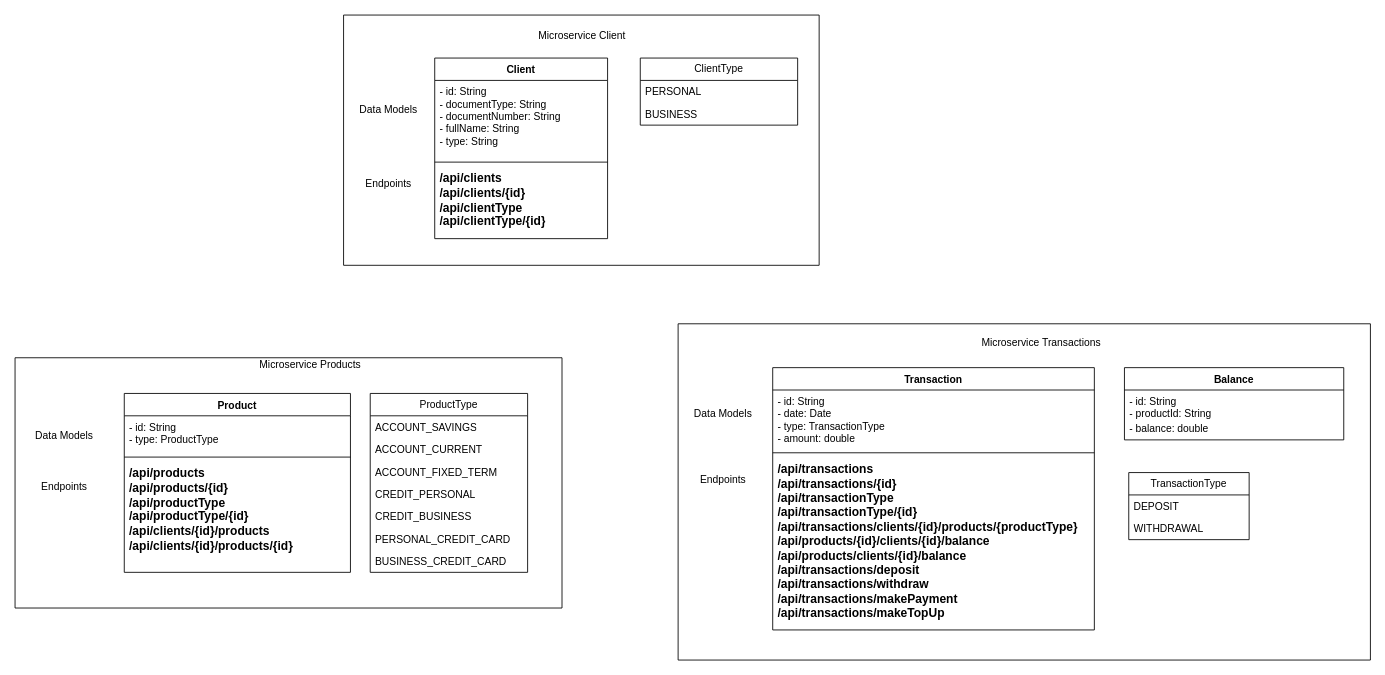
The draw.io diagram diagram.drawio in bootcampIvanRodriguezRomero/diagram, before the edit. Source tidied: cells renumbered, new cells numbered last; positions are measured from the earlier drawing's top-left corner, leaving out a move shared by most shapes. Both pictures are drawn from the tidied source at 86%, with x=0, y=0 at pixel (15, 15).
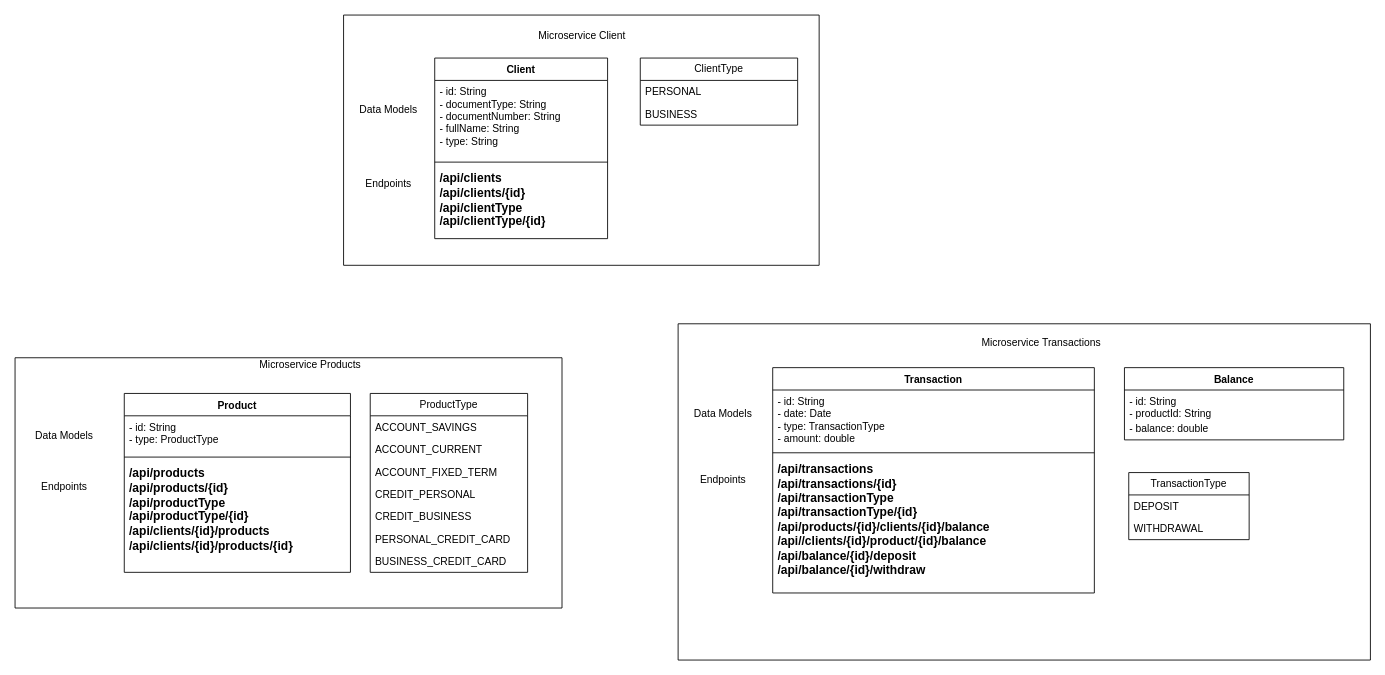
The same page after the edit.

The edit, as a diff of the source:
```diff
@@
     <mxCell id="17" value="Transaction" style="swimlane;fontStyle=1;align=center;verticalAlign=top;horizontal=1;startSize=26;whiteSpace=wrap;html=1;fillColor=#FFFFFF;" parent="1" vertex="1">
-      <mxGeometry x="881" y="410" width="374" height="305" as="geometry" />
+      <mxGeometry x="881" y="410" width="374" height="262" as="geometry" />
     </mxCell>
@@
-    <mxCell id="20" value="&lt;b style=&quot;border-color: var(--border-color); font-size: 14px;&quot;&gt;&lt;b style=&quot;border-color: var(--border-color);&quot;&gt;/api&lt;/b&gt;/transactions&lt;br style=&quot;border-color: var(--border-color);&quot;&gt;&lt;b style=&quot;border-color: var(--border-color);&quot;&gt;/api&lt;/b&gt;/&lt;b style=&quot;border-color: var(--border-color);&quot;&gt;transactions&lt;/b&gt;/{id}&lt;br&gt;&lt;b style=&quot;border-color: var(--border-color);&quot;&gt;&lt;b style=&quot;border-color: var(--border-color);&quot;&gt;/api&lt;/b&gt;/transactionType&lt;br style=&quot;border-color: var(--border-color);&quot;&gt;&lt;b style=&quot;border-color: var(--border-color);&quot;&gt;/api&lt;/b&gt;/&lt;b style=&quot;border-color: var(--border-color);&quot;&gt;transactionType&lt;/b&gt;/{id}&lt;/b&gt;&lt;br style=&quot;border-color: var(--border-color);&quot;&gt;&lt;b style=&quot;border-color: var(--border-color);&quot;&gt;/api/&lt;b style=&quot;border-color: var(--border-color);&quot;&gt;&lt;b style=&quot;border-color: var(--border-color);&quot;&gt;transactions&lt;/b&gt;/&lt;/b&gt;clients/{id}/products/{productType}&lt;br style=&quot;border-color: var(--border-color);&quot;&gt;&lt;/b&gt;&lt;b style=&quot;border-color: var(--border-color);&quot;&gt;&lt;b style=&quot;border-color: var(--border-color);&quot;&gt;/api/products/{id}/clients/{id}/balance&lt;br&gt;&lt;/b&gt;&lt;/b&gt;&lt;/b&gt;&lt;b style=&quot;border-color: var(--border-color); font-size: 14px;&quot;&gt;/api/products/clients/{id}/balance&lt;/b&gt;&lt;br&gt;&lt;b style=&quot;border-color: var(--border-color); font-size: 14px;&quot;&gt;&lt;b style=&quot;border-color: var(--border-color);&quot;&gt;/api&lt;/b&gt;/transactions/&lt;/b&gt;&lt;b&gt;&lt;font style=&quot;font-size: 14px;&quot;&gt;deposit&lt;br&gt;&lt;/font&gt;&lt;/b&gt;&lt;b style=&quot;border-color: var(--border-color); font-size: 14px;&quot;&gt;&lt;b style=&quot;border-color: var(--border-color);&quot;&gt;/api&lt;/b&gt;/transactions/&lt;/b&gt;&lt;b&gt;&lt;font style=&quot;font-size: 14px;&quot;&gt;withdraw&lt;br&gt;&lt;/font&gt;&lt;/b&gt;&lt;b style=&quot;border-color: var(--border-color); font-size: 14px;&quot;&gt;&lt;b style=&quot;border-color: var(--border-color);&quot;&gt;/api&lt;/b&gt;/transactions/&lt;/b&gt;&lt;b&gt;&lt;font style=&quot;font-size: 14px;&quot;&gt;makePayment&lt;br&gt;&lt;/font&gt;&lt;/b&gt;&lt;b style=&quot;border-color: var(--border-color); font-size: 14px;&quot;&gt;&lt;b style=&quot;border-color: var(--border-color);&quot;&gt;/api&lt;/b&gt;/transactions/&lt;/b&gt;&lt;b&gt;&lt;font style=&quot;font-size: 14px;&quot;&gt;makeTopUp&lt;/font&gt;&lt;/b&gt;" style="text;strokeColor=none;fillColor=none;align=left;verticalAlign=top;spacingLeft=4;spacingRight=4;overflow=hidden;whiteSpace=wrap;html=1;" parent="17" vertex="1">
-      <mxGeometry y="103" width="374" height="202" as="geometry" />
+    <mxCell id="20" value="&lt;b style=&quot;border-color: var(--border-color); font-size: 14px;&quot;&gt;&lt;b style=&quot;border-color: var(--border-color);&quot;&gt;/api&lt;/b&gt;/transactions&lt;br style=&quot;border-color: var(--border-color);&quot;&gt;&lt;b style=&quot;border-color: var(--border-color);&quot;&gt;/api&lt;/b&gt;/&lt;b style=&quot;border-color: var(--border-color);&quot;&gt;transactions&lt;/b&gt;/{id}&lt;br&gt;&lt;b style=&quot;border-color: var(--border-color);&quot;&gt;&lt;b style=&quot;border-color: var(--border-color);&quot;&gt;/api&lt;/b&gt;/transactionType&lt;br style=&quot;border-color: var(--border-color);&quot;&gt;&lt;b style=&quot;border-color: var(--border-color);&quot;&gt;/api&lt;/b&gt;/&lt;b style=&quot;border-color: var(--border-color);&quot;&gt;transactionType&lt;/b&gt;/{id}&lt;/b&gt;&lt;b style=&quot;border-color: var(--border-color);&quot;&gt;&lt;br style=&quot;border-color: var(--border-color);&quot;&gt;&lt;/b&gt;&lt;b style=&quot;border-color: var(--border-color);&quot;&gt;&lt;b style=&quot;border-color: var(--border-color);&quot;&gt;/api/products/{id}/clients/{id}/balance&lt;br&gt;&lt;/b&gt;&lt;/b&gt;&lt;/b&gt;&lt;b style=&quot;border-color: var(--border-color); font-size: 14px;&quot;&gt;/api//clients/{id}/product/{id}/balance&lt;/b&gt;&lt;br&gt;&lt;b style=&quot;border-color: var(--border-color); font-size: 14px;&quot;&gt;&lt;b style=&quot;border-color: var(--border-color);&quot;&gt;/api&lt;/b&gt;/balance/{id}/&lt;/b&gt;&lt;b&gt;&lt;font style=&quot;font-size: 14px;&quot;&gt;deposit&lt;br&gt;&lt;/font&gt;&lt;/b&gt;&lt;b style=&quot;border-color: var(--border-color); font-size: 14px;&quot;&gt;&lt;b style=&quot;border-color: var(--border-color);&quot;&gt;/api&lt;/b&gt;/&lt;b style=&quot;border-color: var(--border-color);&quot;&gt;balance/{id}&lt;/b&gt;/&lt;/b&gt;&lt;b&gt;&lt;font style=&quot;font-size: 14px;&quot;&gt;withdraw&lt;/font&gt;&lt;/b&gt;" style="text;strokeColor=none;fillColor=none;align=left;verticalAlign=top;spacingLeft=4;spacingRight=4;overflow=hidden;whiteSpace=wrap;html=1;" parent="17" vertex="1">
+      <mxGeometry y="103" width="374" height="159" as="geometry" />
     </mxCell>
```
